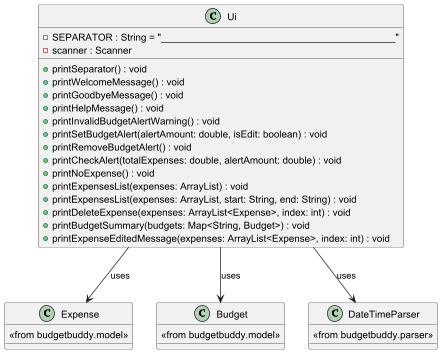
This is docs/diagrams/UIClassDiagram.png from AY2425S2-CS2113-T12-4/tp, a PlantUML export, as it was before one commit. The source it was exported from:
```plantuml
@startuml
class Ui {
    - SEPARATOR : String = "___________________________________________"
    - scanner : Scanner

    + printSeparator() : void
    + printWelcomeMessage() : void
    + printGoodbyeMessage() : void
    + printHelpMessage() : void
    + printInvalidBudgetAlertWarning() : void
    + printSetBudgetAlert(alertAmount: double, isEdit: boolean) : void
    + printRemoveBudgetAlert() : void
    + printCheckAlert(totalExpenses: double, alertAmount: double) : void
    + printNoExpense() : void
    + printExpensesList(expenses: ArrayList) : void
    + printExpensesList(expenses: ArrayList, start: String, end: String) : void
    + printDeleteExpense(expenses: ArrayList<Expense>, index: int) : void
    + printBudgetSummary(budgets: Map<String, Budget>) : void
    + printExpenseEditedMessage(expenses: ArrayList<Expense>, index: int) : void
}

class Expense {
    <<from budgetbuddy.model>>
}

class Budget {
    <<from budgetbuddy.model>>
}

class DateTimeParser {
    <<from budgetbuddy.parser>>
}

Ui --> Expense : uses
Ui --> Budget : uses
Ui --> DateTimeParser : uses
@enduml
```
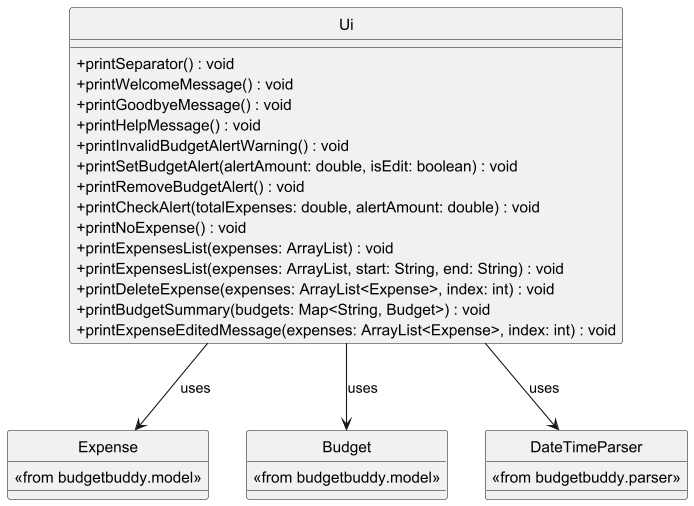
Later version of the same file.

Commit message:
Remove circle for UI class diagram

Diff of the diagram source:
```diff
@@ -1,8 +1,9 @@
 @startuml
+
+hide circle
+skinparam classAttributeIconSize 0
+
 class Ui {
-    - SEPARATOR : String = "___________________________________________"
-    - scanner : Scanner
-
     + printSeparator() : void
     + printWelcomeMessage() : void
     + printGoodbyeMessage() : void
```
